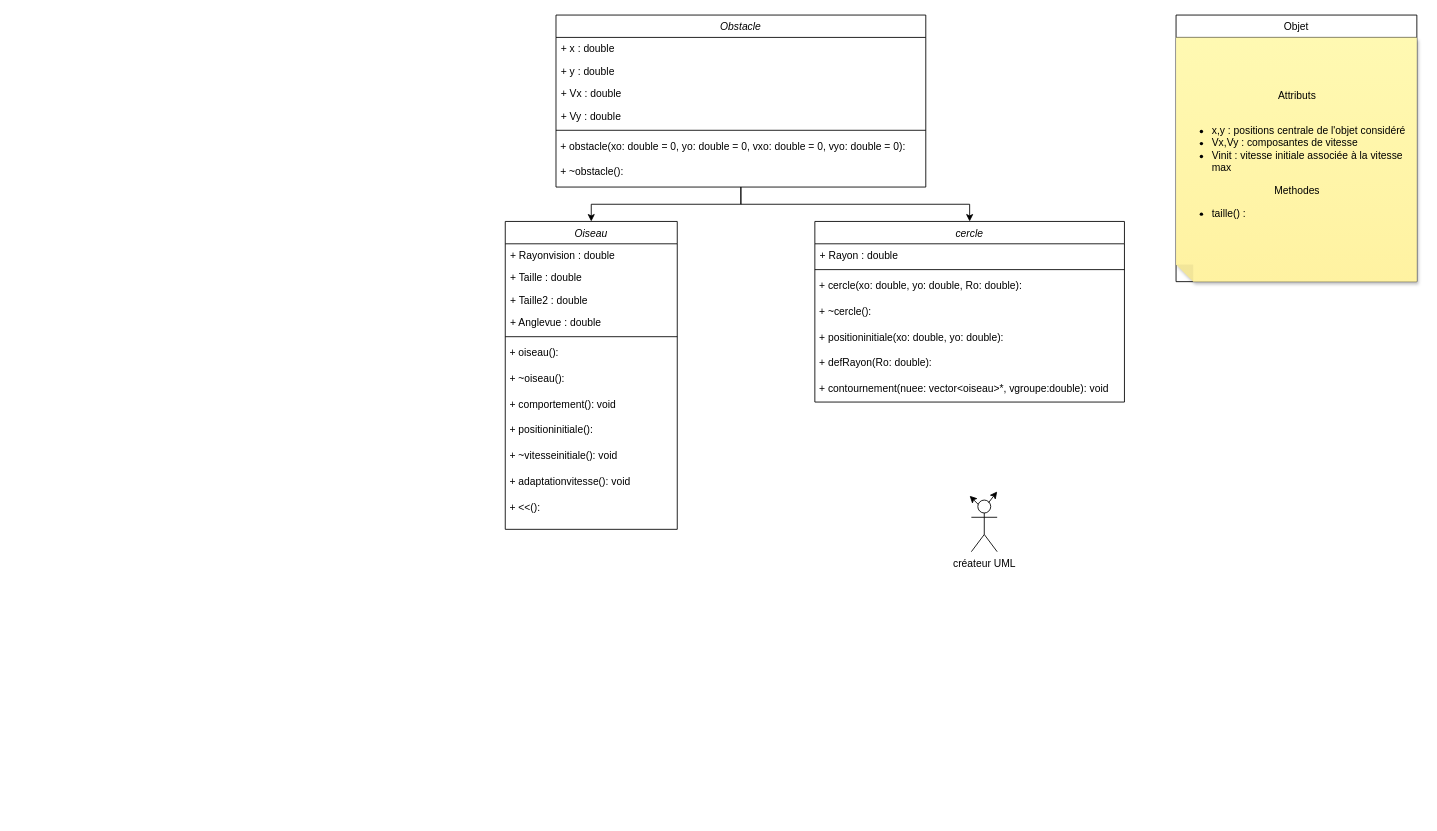
Bribrigentil/projet keeps this draw.io diagram as Diagrammeclasse.drawio. Above is the earlier version. Source tidied: cells renumbered, new cells numbered last; positions are measured from the earlier drawing's top-left corner, leaving out a move shared by most shapes. Both pictures are drawn from the tidied source at 86%, with x=0, y=0 at pixel (505, 15).
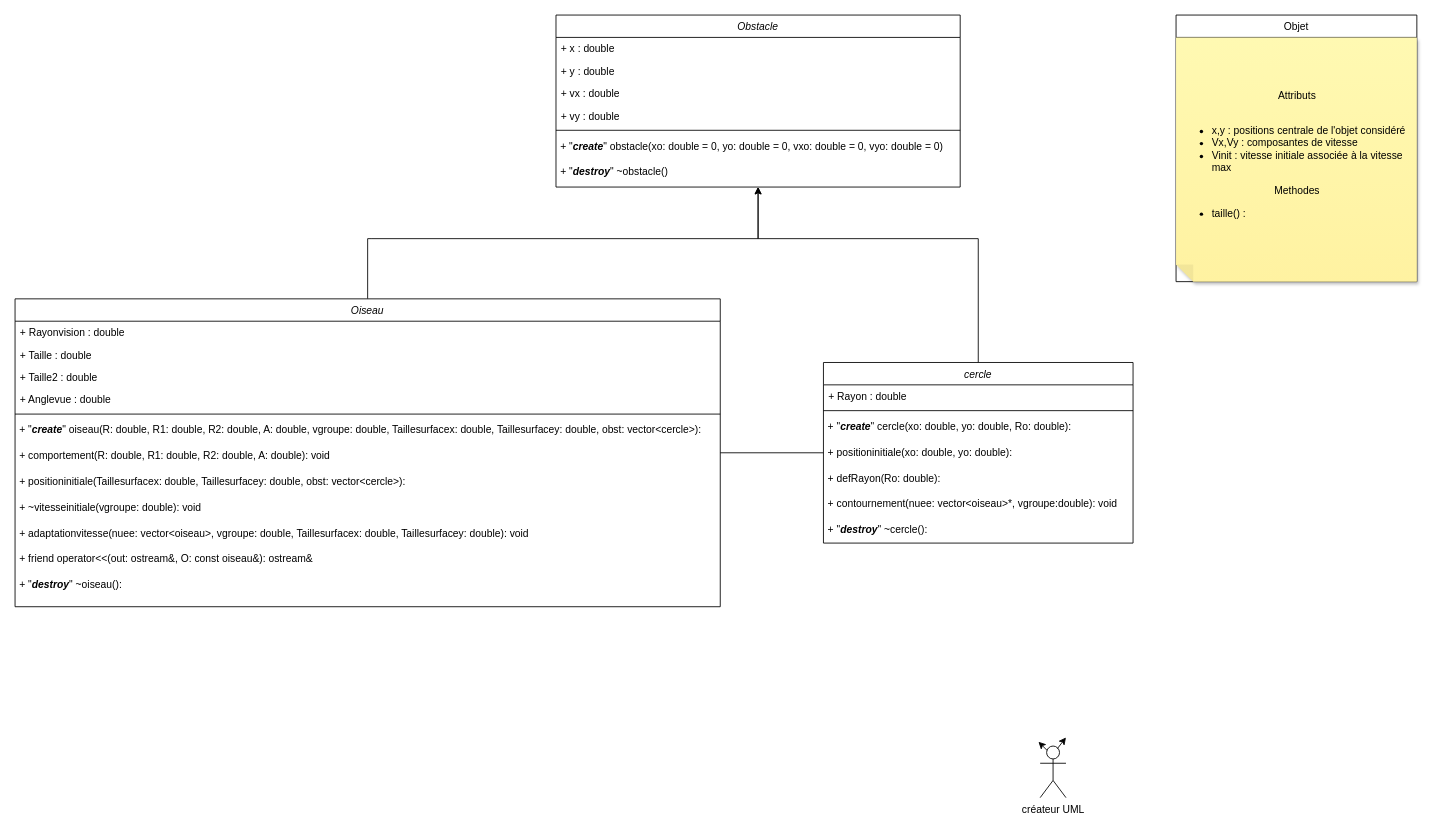
The same page after the edit.

What changed in the source:
```diff
@@
     <mxCell id="2" value="créateur UML" style="shape=umlActor;verticalLabelPosition=bottom;verticalAlign=top;html=1;" parent="1" vertex="1">
-      <mxGeometry x="542" y="564" width="30" height="60" as="geometry" />
+      <mxGeometry x="622" y="850" width="30" height="60" as="geometry" />
     </mxCell>
     <mxCell id="3" style="endArrow=classic;html=1;rounded=0;" parent="1" edge="1">
       <mxGeometry relative="1" as="geometry">
-        <mxPoint x="562" y="567" as="sourcePoint" />
-        <mxPoint x="572" y="554" as="targetPoint" />
+        <mxPoint x="642" y="853" as="sourcePoint" />
+        <mxPoint x="652" y="840" as="targetPoint" />
       </mxGeometry>
     </mxCell>
     <mxCell id="4" style="endArrow=classic;html=1;rounded=0;" parent="1" edge="1">
       <mxGeometry relative="1" as="geometry">
-        <mxPoint x="550" y="569" as="sourcePoint" />
-        <mxPoint x="540" y="559" as="targetPoint" />
+        <mxPoint x="630" y="855" as="sourcePoint" />
+        <mxPoint x="620" y="845" as="targetPoint" />
       </mxGeometry>
     </mxCell>
@@
-    <mxCell id="7" style="edgeStyle=orthogonalEdgeStyle;rounded=0;jettySize=auto;html=1;exitX=0.5;exitY=1;exitDx=0;exitDy=0;" parent="1" edge="1" source="9" target="17">
-      <mxGeometry relative="1" as="geometry" />
-    </mxCell>
-    <mxCell id="8" style="edgeStyle=orthogonalEdgeStyle;rounded=0;jettySize=auto;html=1;exitX=0.5;exitY=1;exitDx=0;exitDy=0;" parent="1" edge="1" source="9" target="30">
-      <mxGeometry relative="1" as="geometry" />
-    </mxCell>
     <mxCell id="9" value="Obstacle&#10;" style="swimlane;fontStyle=2;align=center;verticalAlign=top;horizontal=1;startSize=26;rounded=0;shadow=0;strokeWidth=1;" parent="1" vertex="1">
-      <mxGeometry x="59" width="430" height="200" as="geometry" />
+      <mxGeometry x="59" width="470" height="200" as="geometry" />
     </mxCell>
     <mxCell id="10" value="+ x : double" style="text;align=left;verticalAlign=top;spacingLeft=4;spacingRight=4;overflow=hidden;" parent="9" vertex="1">
-      <mxGeometry y="26" width="430" height="26" as="geometry" />
+      <mxGeometry y="26" width="470" height="26" as="geometry" />
     </mxCell>
     <mxCell id="11" value="+ y : double" style="text;align=left;verticalAlign=top;spacingLeft=4;spacingRight=4;overflow=hidden;rounded=0;shadow=0;html=0;" parent="9" vertex="1">
-      <mxGeometry y="52" width="430" height="26" as="geometry" />
+      <mxGeometry y="52" width="470" height="26" as="geometry" />
     </mxCell>
-    <mxCell id="12" value="+ Vx : double" style="text;align=left;verticalAlign=top;spacingLeft=4;spacingRight=4;overflow=hidden;rounded=0;shadow=0;html=0;" parent="9" vertex="1">
-      <mxGeometry y="78" width="430" height="26" as="geometry" />
+    <mxCell id="12" value="+ vx : double" style="text;align=left;verticalAlign=top;spacingLeft=4;spacingRight=4;overflow=hidden;rounded=0;shadow=0;html=0;" parent="9" vertex="1">
+      <mxGeometry y="78" width="470" height="26" as="geometry" />
     </mxCell>
-    <mxCell id="13" value="+ Vy : double" style="text;align=left;verticalAlign=top;spacingLeft=4;spacingRight=4;overflow=hidden;rounded=0;shadow=0;html=0;" parent="9" vertex="1">
-      <mxGeometry y="104" width="430" height="26" as="geometry" />
+    <mxCell id="13" value="+ vy : double" style="text;align=left;verticalAlign=top;spacingLeft=4;spacingRight=4;overflow=hidden;rounded=0;shadow=0;html=0;" parent="9" vertex="1">
+      <mxGeometry y="104" width="470" height="26" as="geometry" />
     </mxCell>
     <mxCell id="14" style="line;html=1;strokeWidth=1;align=left;verticalAlign=middle;spacingTop=-1;spacingLeft=3;spacingRight=3;labelPosition=right;" parent="9" vertex="1">
-      <mxGeometry y="130" width="430" height="8" as="geometry" />
+      <mxGeometry y="130" width="470" height="8" as="geometry" />
     </mxCell>
-    <mxCell id="15" value="&lt;div&gt;&amp;nbsp;+ obstacle(xo: double = 0, yo: double = 0, vxo: double = 0, vyo: double = 0):&lt;/div&gt;" style="text;html=1;align=left;verticalAlign=middle;strokeColor=none;fillColor=none;" parent="9" vertex="1">
-      <mxGeometry y="138" width="430" height="30" as="geometry" />
+    <mxCell id="15" value="&lt;div&gt;&amp;nbsp;+ &quot;&lt;b&gt;&lt;i&gt;create&lt;/i&gt;&lt;/b&gt;&quot; obstacle(xo: double = 0, yo: double = 0, vxo: double = 0, vyo: double = 0)&lt;/div&gt;" style="text;html=1;align=left;verticalAlign=middle;strokeColor=none;fillColor=none;" parent="9" vertex="1">
+      <mxGeometry y="138" width="470" height="30" as="geometry" />
     </mxCell>
-    <mxCell id="16" value="&lt;div&gt;&amp;nbsp;+ ~obstacle():&lt;/div&gt;" style="text;html=1;align=left;verticalAlign=middle;strokeColor=none;fillColor=none;" parent="9" vertex="1">
-      <mxGeometry y="168" width="430" height="30" as="geometry" />
+    <mxCell id="16" value="&lt;div&gt;&amp;nbsp;+ &quot;&lt;b&gt;&lt;i&gt;destroy&lt;/i&gt;&lt;/b&gt;&quot; ~obstacle()&lt;/div&gt;" style="text;html=1;align=left;verticalAlign=middle;strokeColor=none;fillColor=none;" parent="9" vertex="1">
+      <mxGeometry y="168" width="470" height="30" as="geometry" />
     </mxCell>
+    <mxCell id="38" style="edgeStyle=orthogonalEdgeStyle;rounded=0;jettySize=auto;html=1;exitX=0.5;exitY=0;exitDx=0;exitDy=0;entryX=0.5;entryY=1;entryDx=0;entryDy=0;" parent="1" edge="1" source="17" target="9">
+      <mxGeometry relative="1" as="geometry">
+        <Array as="points">
+          <mxPoint x="-155" y="260" />
+          <mxPoint x="274" y="260" />
+        </Array>
+      </mxGeometry>
+    </mxCell>
     <mxCell id="17" value="Oiseau" style="swimlane;fontStyle=2;align=center;verticalAlign=top;horizontal=1;startSize=26;rounded=0;shadow=0;strokeWidth=1;" parent="1" vertex="1">
-      <mxGeometry y="240" width="200" height="358" as="geometry" />
+      <mxGeometry x="-570" y="330" width="820" height="358" as="geometry" />
     </mxCell>
     <mxCell id="18" value="+ Rayonvision : double" style="text;align=left;verticalAlign=top;spacingLeft=4;spacingRight=4;overflow=hidden;" parent="17" vertex="1">
-      <mxGeometry y="26" width="200" height="26" as="geometry" />
+      <mxGeometry y="26" width="820" height="26" as="geometry" />
     </mxCell>
     <mxCell id="19" value="+ Taille : double" style="text;align=left;verticalAlign=top;spacingLeft=4;spacingRight=4;overflow=hidden;rounded=0;shadow=0;html=0;" parent="17" vertex="1">
-      <mxGeometry y="52" width="200" height="26" as="geometry" />
+      <mxGeometry y="52" width="820" height="26" as="geometry" />
     </mxCell>
     <mxCell id="20" value="+ Taille2 : double" style="text;align=left;verticalAlign=top;spacingLeft=4;spacingRight=4;overflow=hidden;rounded=0;shadow=0;html=0;" parent="17" vertex="1">
-      <mxGeometry y="78" width="200" height="26" as="geometry" />
+      <mxGeometry y="78" width="820" height="26" as="geometry" />
     </mxCell>
     <mxCell id="21" value="+ Anglevue : double" style="text;align=left;verticalAlign=top;spacingLeft=4;spacingRight=4;overflow=hidden;rounded=0;shadow=0;html=0;" parent="17" vertex="1">
-      <mxGeometry y="104" width="200" height="26" as="geometry" />
+      <mxGeometry y="104" width="820" height="26" as="geometry" />
     </mxCell>
     <mxCell id="22" style="line;html=1;strokeWidth=1;align=left;verticalAlign=middle;spacingTop=-1;spacingLeft=3;spacingRight=3;labelPosition=right;" parent="17" vertex="1">
-      <mxGeometry y="130" width="200" height="8" as="geometry" />
+      <mxGeometry y="130" width="820" height="8" as="geometry" />
     </mxCell>
-    <mxCell id="23" value="&lt;div&gt;&amp;nbsp;+ oiseau():&lt;/div&gt;" style="text;html=1;align=left;verticalAlign=middle;strokeColor=none;fillColor=none;" parent="17" vertex="1">
-      <mxGeometry y="138" width="200" height="30" as="geometry" />
+    <mxCell id="23" value="&lt;div&gt;&amp;nbsp;+ &quot;&lt;b&gt;&lt;i&gt;create&lt;/i&gt;&lt;/b&gt;&quot; oiseau(R: double, R1: double, R2: double, A: double, vgroupe: double, Taillesurfacex: double, Taillesurfacey: double, obst: vector&amp;lt;cercle&amp;gt;):&lt;/div&gt;" style="text;html=1;align=left;verticalAlign=middle;strokeColor=none;fillColor=none;" parent="17" vertex="1">
+      <mxGeometry y="138" width="820" height="30" as="geometry" />
     </mxCell>
-    <mxCell id="24" value="&lt;div&gt;&amp;nbsp;+ ~oiseau():&lt;/div&gt;" style="text;html=1;align=left;verticalAlign=middle;strokeColor=none;fillColor=none;" parent="17" vertex="1">
-      <mxGeometry y="168" width="200" height="30" as="geometry" />
-    </mxCell>
-    <mxCell id="25" value="&lt;div&gt;&amp;nbsp;+ comportement(): void&lt;/div&gt;" style="text;html=1;align=left;verticalAlign=middle;strokeColor=none;fillColor=none;" parent="17" vertex="1">
-      <mxGeometry y="198" width="200" height="30" as="geometry" />
+    <mxCell id="25" value="&lt;div&gt;&amp;nbsp;+ comportement(R: double, R1: double, R2: double, A: double): void&lt;/div&gt;" style="text;html=1;align=left;verticalAlign=middle;strokeColor=none;fillColor=none;" parent="17" vertex="1">
+      <mxGeometry y="168" width="820" height="30" as="geometry" />
     </mxCell>
-    <mxCell id="26" value="&lt;div&gt;&amp;nbsp;+ positioninitiale():&lt;/div&gt;" style="text;html=1;align=left;verticalAlign=middle;strokeColor=none;fillColor=none;" parent="17" vertex="1">
-      <mxGeometry y="228" width="200" height="30" as="geometry" />
+    <mxCell id="26" value="&lt;div&gt;&amp;nbsp;+ positioninitiale(Taillesurfacex: double, Taillesurfacey: double, obst: vector&amp;lt;cercle&amp;gt;):&lt;/div&gt;" style="text;html=1;align=left;verticalAlign=middle;strokeColor=none;fillColor=none;" parent="17" vertex="1">
+      <mxGeometry y="198" width="820" height="30" as="geometry" />
     </mxCell>
-    <mxCell id="27" value="&lt;div&gt;&amp;nbsp;+ ~vitesseinitiale(): void&lt;/div&gt;" style="text;html=1;align=left;verticalAlign=middle;strokeColor=none;fillColor=none;" parent="17" vertex="1">
-      <mxGeometry y="258" width="200" height="30" as="geometry" />
+    <mxCell id="27" value="&lt;div&gt;&amp;nbsp;+ ~vitesseinitiale(vgroupe: double): void&lt;/div&gt;" style="text;html=1;align=left;verticalAlign=middle;strokeColor=none;fillColor=none;" parent="17" vertex="1">
+      <mxGeometry y="228" width="820" height="30" as="geometry" />
     </mxCell>
-    <mxCell id="28" value="&lt;div&gt;&amp;nbsp;+ adaptationvitesse(): void&lt;/div&gt;" style="text;html=1;align=left;verticalAlign=middle;strokeColor=none;fillColor=none;" parent="17" vertex="1">
-      <mxGeometry y="288" width="200" height="30" as="geometry" />
+    <mxCell id="28" value="&lt;div&gt;&amp;nbsp;+ adaptationvitesse(nuee: vector&amp;lt;oiseau&amp;gt;, vgroupe: double, Taillesurfacex: double, Taillesurfacey: double): void&lt;/div&gt;" style="text;html=1;align=left;verticalAlign=middle;strokeColor=none;fillColor=none;" parent="17" vertex="1">
+      <mxGeometry y="258" width="820" height="30" as="geometry" />
     </mxCell>
-    <mxCell id="29" value="&lt;div&gt;&amp;nbsp;+ &amp;lt;&amp;lt;():&lt;/div&gt;" style="text;html=1;align=left;verticalAlign=middle;strokeColor=none;fillColor=none;" parent="17" vertex="1">
-      <mxGeometry y="318" width="200" height="30" as="geometry" />
+    <mxCell id="29" value="&lt;div&gt;&amp;nbsp;+ friend operator&amp;lt;&amp;lt;(out: ostream&amp;amp;, O: const oiseau&amp;amp;): ostream&amp;amp;&lt;br&gt;&lt;/div&gt;" style="text;html=1;align=left;verticalAlign=middle;strokeColor=none;fillColor=none;" parent="17" vertex="1">
+      <mxGeometry y="288" width="820" height="30" as="geometry" />
     </mxCell>
+    <mxCell id="24" value="&lt;div&gt;&amp;nbsp;+ &quot;&lt;b&gt;&lt;i&gt;destroy&lt;/i&gt;&lt;/b&gt;&quot; ~oiseau():&lt;/div&gt;" style="text;html=1;align=left;verticalAlign=middle;strokeColor=none;fillColor=none;" parent="17" vertex="1">
+      <mxGeometry y="318" width="820" height="30" as="geometry" />
+    </mxCell>
+    <mxCell id="39" style="edgeStyle=orthogonalEdgeStyle;rounded=0;jettySize=auto;html=1;exitX=0.5;exitY=0;exitDx=0;exitDy=0;entryX=0.5;entryY=1;entryDx=0;entryDy=0;" parent="1" edge="1" source="30" target="9">
+      <mxGeometry relative="1" as="geometry">
+        <Array as="points">
+          <mxPoint x="550" y="260" />
+          <mxPoint x="294" y="260" />
+        </Array>
+      </mxGeometry>
+    </mxCell>
     <mxCell id="30" value="cercle" style="swimlane;fontStyle=2;align=center;verticalAlign=top;horizontal=1;startSize=26;rounded=0;shadow=0;strokeWidth=1;" parent="1" vertex="1">
-      <mxGeometry x="360" y="240" width="360" height="210" as="geometry" />
+      <mxGeometry x="370" y="404" width="360" height="210" as="geometry" />
     </mxCell>
@@
-    <mxCell id="33" value="&lt;div&gt;&amp;nbsp;+ cercle(xo: double, yo: double, Ro: double):&lt;/div&gt;" style="text;html=1;align=left;verticalAlign=middle;strokeColor=none;fillColor=none;" parent="30" vertex="1">
+    <mxCell id="33" value="&lt;div&gt;&amp;nbsp;+ &quot;&lt;b&gt;&lt;i&gt;create&lt;/i&gt;&lt;/b&gt;&quot; cercle(xo: double, yo: double, Ro: double):&lt;/div&gt;" style="text;html=1;align=left;verticalAlign=middle;strokeColor=none;fillColor=none;" parent="30" vertex="1">
       <mxGeometry y="60" width="360" height="30" as="geometry" />
     </mxCell>
-    <mxCell id="34" value="&lt;div&gt;&amp;nbsp;+ ~cercle():&lt;/div&gt;" style="text;html=1;align=left;verticalAlign=middle;strokeColor=none;fillColor=none;" parent="30" vertex="1">
-      <mxGeometry y="90" width="360" height="30" as="geometry" />
-    </mxCell>
     <mxCell id="35" value="&lt;div&gt;&amp;nbsp;+ positioninitiale(xo: double, yo: double):&lt;/div&gt;" style="text;html=1;align=left;verticalAlign=middle;strokeColor=none;fillColor=none;" parent="30" vertex="1">
-      <mxGeometry y="120" width="360" height="30" as="geometry" />
+      <mxGeometry y="90" width="360" height="30" as="geometry" />
     </mxCell>
     <mxCell id="36" value="&lt;div&gt;&amp;nbsp;+ defRayon(Ro: double):&lt;/div&gt;" style="text;html=1;align=left;verticalAlign=middle;strokeColor=none;fillColor=none;" parent="30" vertex="1">
-      <mxGeometry y="150" width="360" height="30" as="geometry" />
+      <mxGeometry y="120" width="360" height="30" as="geometry" />
     </mxCell>
     <mxCell id="37" value="&lt;div&gt;&amp;nbsp;+ contournement(nuee: vector&amp;lt;oiseau&amp;gt;*, vgroupe:double): void&lt;/div&gt;" style="text;html=1;align=left;verticalAlign=middle;strokeColor=none;fillColor=none;" parent="30" vertex="1">
-      <mxGeometry y="180" width="360" height="30" as="geometry" />
+      <mxGeometry y="150" width="360" height="30" as="geometry" />
     </mxCell>
+    <mxCell id="34" value="&lt;div&gt;&amp;nbsp;+ &quot;&lt;b&gt;&lt;i&gt;destroy&lt;/i&gt;&lt;/b&gt;&quot; ~cercle():&lt;/div&gt;" style="text;html=1;align=left;verticalAlign=middle;strokeColor=none;fillColor=none;" parent="30" vertex="1">
+      <mxGeometry y="180" width="360" height="30" as="geometry" />
+    </mxCell>
+    <mxCell id="40" style="endArrow=none;html=1;rounded=0;" parent="1" edge="1" source="17" target="30">
+      <mxGeometry relative="1" as="geometry" />
+    </mxCell>
```
